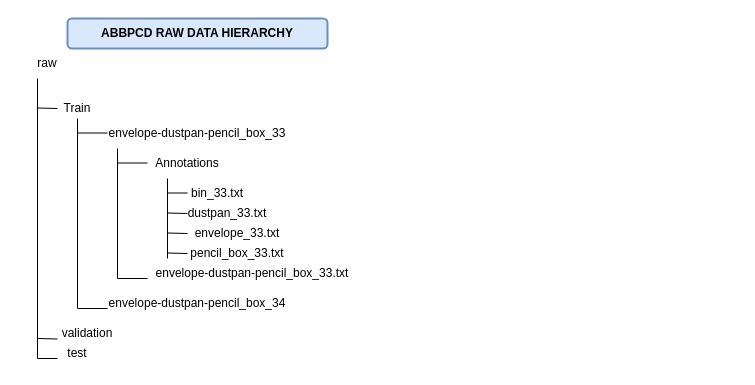
Vishal1711/My_Drawings keeps this draw.io diagram as AB.drawio. Above is the earlier version. Source tidied: cells renumbered, new cells numbered last; positions are measured from the earlier drawing's top-left corner, leaving out a move shared by most shapes. Both pictures are drawn from the tidied source at 100%, with x=0, y=0 at pixel (17, 18).
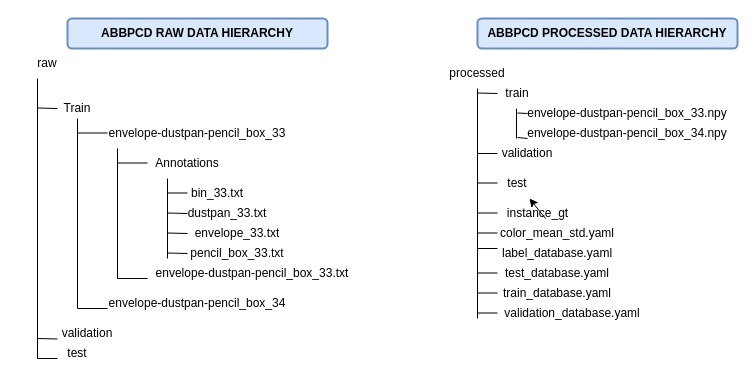
After the change.

The edit, as a diff of the source:
```diff
@@
+    <mxCell id="30" value="processed" style="text;html=1;strokeColor=none;fillColor=none;align=center;verticalAlign=middle;whiteSpace=wrap;rounded=0;" parent="1" vertex="1">
+      <mxGeometry x="430" y="40" width="60" height="30" as="geometry" />
+    </mxCell>
+    <mxCell id="31" style="endArrow=none;html=1;rounded=0;" parent="1" edge="1">
+      <mxGeometry relative="1" as="geometry">
+        <mxPoint x="460" y="300" as="sourcePoint" />
+        <mxPoint x="460" y="70" as="targetPoint" />
+      </mxGeometry>
+    </mxCell>
+    <mxCell id="32" value="train" style="text;html=1;strokeColor=none;fillColor=none;align=center;verticalAlign=middle;whiteSpace=wrap;rounded=0;" parent="1" vertex="1">
+      <mxGeometry x="470" y="60" width="60" height="30" as="geometry" />
+    </mxCell>
+    <mxCell id="33" value="test" style="text;html=1;strokeColor=none;fillColor=none;align=center;verticalAlign=middle;whiteSpace=wrap;rounded=0;" parent="1" vertex="1">
+      <mxGeometry x="470" y="150" width="60" height="30" as="geometry" />
+    </mxCell>
+    <mxCell id="34" value="validation" style="text;html=1;strokeColor=none;fillColor=none;align=center;verticalAlign=middle;whiteSpace=wrap;rounded=0;" parent="1" vertex="1">
+      <mxGeometry x="480" y="120" width="60" height="30" as="geometry" />
+    </mxCell>
+    <mxCell id="35" value="instance_gt" style="text;html=1;align=center;verticalAlign=middle;strokeColor=none;fillColor=none;" parent="1" vertex="1">
+      <mxGeometry x="480" y="180" width="80" height="30" as="geometry" />
+    </mxCell>
+    <mxCell id="36" style="edgeStyle=none;rounded=0;jettySize=auto;html=1;" parent="1" edge="1" source="37" target="33">
+      <mxGeometry relative="1" as="geometry" />
+    </mxCell>
+    <mxCell id="37" value="color_mean_std.yaml" style="text;html=1;strokeColor=none;fillColor=none;align=center;verticalAlign=middle;whiteSpace=wrap;rounded=0;" parent="1" vertex="1">
+      <mxGeometry x="510" y="200" width="60" height="30" as="geometry" />
+    </mxCell>
+    <mxCell id="38" value="label_database.yaml" style="text;html=1;strokeColor=none;fillColor=none;align=center;verticalAlign=middle;whiteSpace=wrap;rounded=0;" parent="1" vertex="1">
+      <mxGeometry x="510" y="220" width="60" height="30" as="geometry" />
+    </mxCell>
+    <mxCell id="39" value="test_database.yaml" style="text;html=1;strokeColor=none;fillColor=none;align=center;verticalAlign=middle;whiteSpace=wrap;rounded=0;" parent="1" vertex="1">
+      <mxGeometry x="510" y="240" width="60" height="30" as="geometry" />
+    </mxCell>
+    <mxCell id="40" value="train_database.yaml" style="text;html=1;strokeColor=none;fillColor=none;align=center;verticalAlign=middle;whiteSpace=wrap;rounded=0;" parent="1" vertex="1">
+      <mxGeometry x="510" y="260" width="60" height="30" as="geometry" />
+    </mxCell>
+    <mxCell id="41" value="validation_database.yaml" style="text;html=1;strokeColor=none;fillColor=none;align=center;verticalAlign=middle;whiteSpace=wrap;rounded=0;" parent="1" vertex="1">
+      <mxGeometry x="530" y="280" width="50" height="30" as="geometry" />
+    </mxCell>
+    <mxCell id="42" style="endArrow=none;html=1;rounded=0;" parent="1" edge="1">
+      <mxGeometry relative="1" as="geometry">
+        <mxPoint x="460" y="74.5" as="sourcePoint" />
+        <mxPoint x="480" y="75" as="targetPoint" />
+      </mxGeometry>
+    </mxCell>
+    <mxCell id="43" style="endArrow=none;html=1;rounded=0;entryX=0;entryY=0.5;entryDx=0;entryDy=0;" parent="1" edge="1" target="34">
+      <mxGeometry relative="1" as="geometry">
+        <mxPoint x="460" y="135" as="sourcePoint" />
+      </mxGeometry>
+    </mxCell>
+    <mxCell id="44" style="endArrow=none;html=1;rounded=0;entryX=0;entryY=0.5;entryDx=0;entryDy=0;" parent="1" edge="1">
+      <mxGeometry relative="1" as="geometry">
+        <mxPoint x="460" y="164.5" as="sourcePoint" />
+        <mxPoint x="480" y="164.5" as="targetPoint" />
+      </mxGeometry>
+    </mxCell>
+    <mxCell id="45" style="endArrow=none;html=1;rounded=0;entryX=0;entryY=0.5;entryDx=0;entryDy=0;" parent="1" edge="1">
+      <mxGeometry relative="1" as="geometry">
+        <mxPoint x="460" y="194.5" as="sourcePoint" />
+        <mxPoint x="480" y="194.5" as="targetPoint" />
+      </mxGeometry>
+    </mxCell>
+    <mxCell id="46" style="endArrow=none;html=1;rounded=0;entryX=0;entryY=0.5;entryDx=0;entryDy=0;" parent="1" edge="1">
+      <mxGeometry relative="1" as="geometry">
+        <mxPoint x="460" y="214.5" as="sourcePoint" />
+        <mxPoint x="480" y="214.5" as="targetPoint" />
+      </mxGeometry>
+    </mxCell>
+    <mxCell id="47" style="endArrow=none;html=1;rounded=0;" parent="1" edge="1">
+      <mxGeometry relative="1" as="geometry">
+        <mxPoint x="470" y="230" as="sourcePoint" />
+        <mxPoint x="480" y="230" as="targetPoint" />
+        <Array as="points">
+          <mxPoint x="460" y="230" />
+        </Array>
+      </mxGeometry>
+    </mxCell>
+    <mxCell id="48" style="endArrow=none;html=1;rounded=0;" parent="1" edge="1">
+      <mxGeometry relative="1" as="geometry">
+        <mxPoint x="460" y="254.5" as="sourcePoint" />
+        <mxPoint x="480" y="254.5" as="targetPoint" />
+      </mxGeometry>
+    </mxCell>
+    <mxCell id="49" style="endArrow=none;html=1;rounded=0;" parent="1" edge="1">
+      <mxGeometry relative="1" as="geometry">
+        <mxPoint x="460" y="274.5" as="sourcePoint" />
+        <mxPoint x="480" y="274.5" as="targetPoint" />
+      </mxGeometry>
+    </mxCell>
+    <mxCell id="50" style="endArrow=none;html=1;rounded=0;" parent="1" edge="1">
+      <mxGeometry relative="1" as="geometry">
+        <mxPoint x="460" y="294.5" as="sourcePoint" />
+        <mxPoint x="480" y="294.5" as="targetPoint" />
+      </mxGeometry>
+    </mxCell>
+    <mxCell id="51" value="envelope-dustpan-pencil_box_33.npy" style="text;html=1;strokeColor=none;fillColor=none;align=center;verticalAlign=middle;whiteSpace=wrap;rounded=0;" parent="1" vertex="1">
+      <mxGeometry x="500" y="80" width="220" height="30" as="geometry" />
+    </mxCell>
+    <mxCell id="52" value="envelope-dustpan-pencil_box_34.npy" style="text;html=1;strokeColor=none;fillColor=none;align=center;verticalAlign=middle;whiteSpace=wrap;rounded=0;" parent="1" vertex="1">
+      <mxGeometry x="500" y="100" width="220" height="30" as="geometry" />
+    </mxCell>
+    <mxCell id="53" style="endArrow=none;html=1;rounded=0;" parent="1" edge="1">
+      <mxGeometry relative="1" as="geometry">
+        <mxPoint x="499" y="120" as="sourcePoint" />
+        <mxPoint x="499" y="90" as="targetPoint" />
+      </mxGeometry>
+    </mxCell>
+    <mxCell id="54" style="endArrow=none;html=1;rounded=0;" parent="1" edge="1">
+      <mxGeometry relative="1" as="geometry">
+        <mxPoint x="500" y="94.5" as="sourcePoint" />
+        <mxPoint x="510" y="95" as="targetPoint" />
+      </mxGeometry>
+    </mxCell>
+    <mxCell id="55" style="endArrow=none;html=1;rounded=0;" parent="1" edge="1">
+      <mxGeometry relative="1" as="geometry">
+        <mxPoint x="500" y="119" as="sourcePoint" />
+        <mxPoint x="510" y="120" as="targetPoint" />
+      </mxGeometry>
+    </mxCell>
+    <mxCell id="56" value="ABBPCD PROCESSED DATA HIERARCHY" style="text;html=1;strokeColor=#6c8ebf;fillColor=#dae8fc;align=center;verticalAlign=middle;whiteSpace=wrap;rounded=1;strokeWidth=2;fontStyle=1;" parent="1" vertex="1">
+      <mxGeometry x="460" width="260" height="30" as="geometry" />
+    </mxCell>
```
